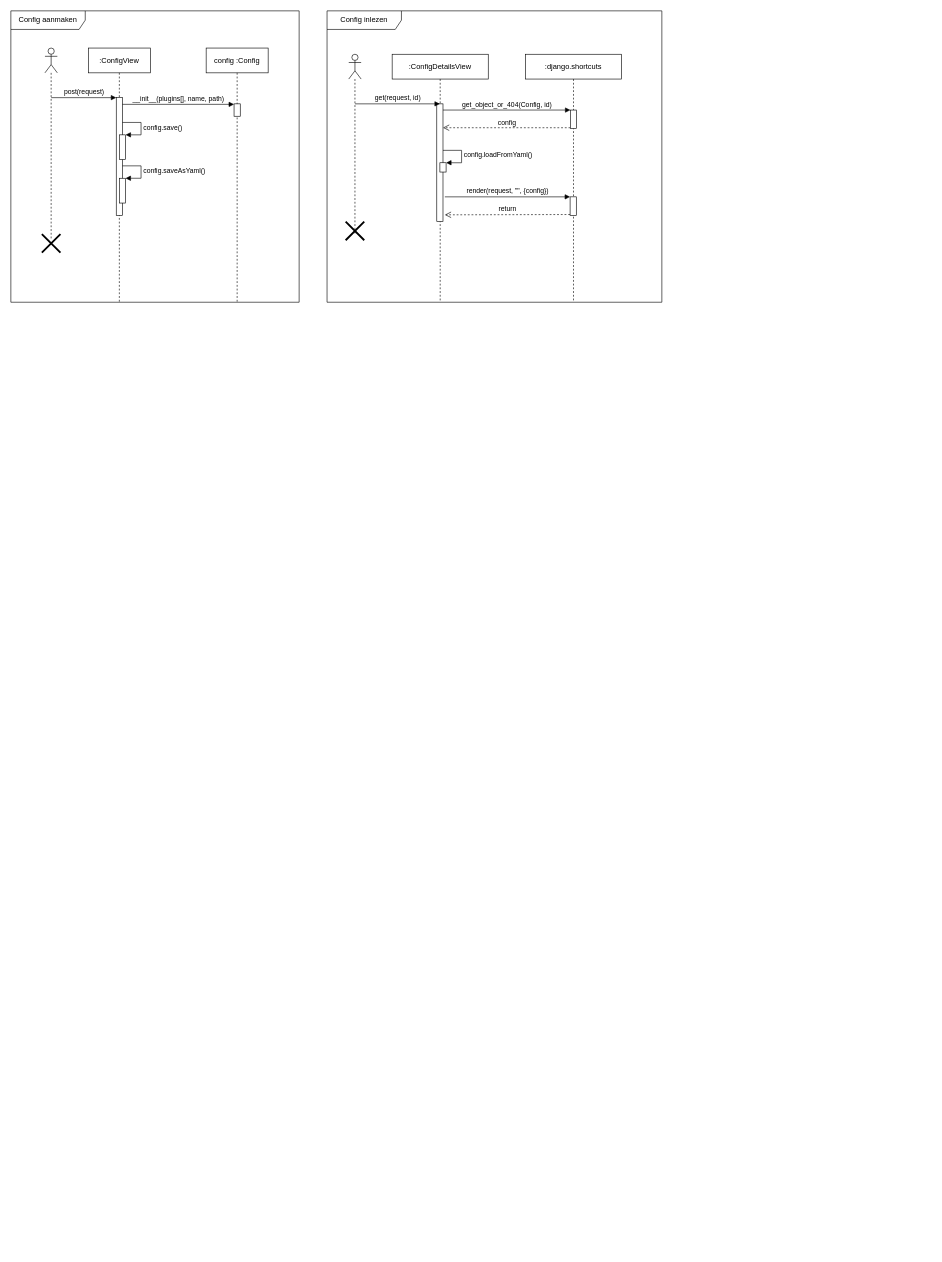
Above: page "Sequence diagram" (3 of 3) of DrawIO/Untitled Diagram.drawio in wouterdebruijn/general (draw.io), before the change. Source tidied: cells renumbered, new cells numbered last; positions are measured from the earlier drawing's top-left corner, leaving out a move shared by most shapes. Both pictures are drawn from the tidied source at 62%, with x=0, y=0 at pixel (11, 11).
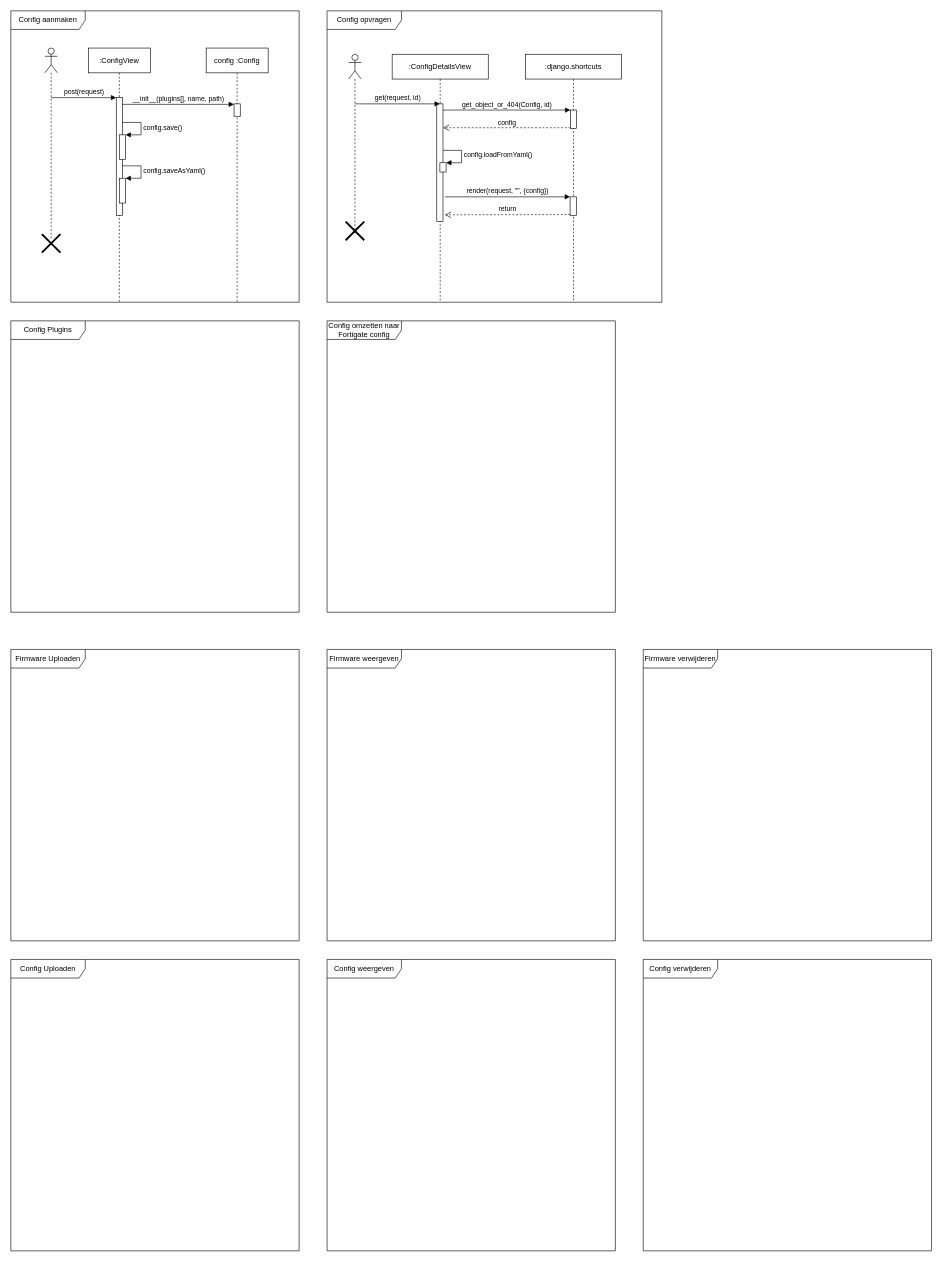
After the change.

What changed in the source:
```diff
@@
-    <mxCell id="2" value="Config inlezen" style="shape=umlFrame;whiteSpace=wrap;html=1;swimlaneFillColor=default;width=120;height=30;" parent="1" vertex="1">
+    <mxCell id="2" value="Config opvragen" style="shape=umlFrame;whiteSpace=wrap;html=1;swimlaneFillColor=default;width=120;height=30;" parent="1" vertex="1">
       <mxGeometry x="510" width="540" height="470" as="geometry" />
     </mxCell>
@@
+    <mxCell id="30" value="Config Plugins" style="shape=umlFrame;whiteSpace=wrap;html=1;swimlaneFillColor=default;width=120;height=30;" parent="1" vertex="1">
+      <mxGeometry y="500" width="465" height="470" as="geometry" />
+    </mxCell>
+    <mxCell id="31" value="Config omzetten naar Fortigate config" style="shape=umlFrame;whiteSpace=wrap;html=1;swimlaneFillColor=default;width=120;height=30;" parent="1" vertex="1">
+      <mxGeometry x="510" y="500" width="465" height="470" as="geometry" />
+    </mxCell>
+    <mxCell id="32" value="Firmware Uploaden" style="shape=umlFrame;whiteSpace=wrap;html=1;swimlaneFillColor=default;width=120;height=30;" parent="1" vertex="1">
+      <mxGeometry y="1030" width="465" height="470" as="geometry" />
+    </mxCell>
+    <mxCell id="33" value="Firmware weergeven" style="shape=umlFrame;whiteSpace=wrap;html=1;swimlaneFillColor=default;width=120;height=30;" parent="1" vertex="1">
+      <mxGeometry x="510" y="1030" width="465" height="470" as="geometry" />
+    </mxCell>
+    <mxCell id="34" value="Firmware verwijderen" style="shape=umlFrame;whiteSpace=wrap;html=1;swimlaneFillColor=default;width=120;height=30;" parent="1" vertex="1">
+      <mxGeometry x="1020" y="1030" width="465" height="470" as="geometry" />
+    </mxCell>
+    <mxCell id="35" value="Config Uploaden" style="shape=umlFrame;whiteSpace=wrap;html=1;swimlaneFillColor=default;width=120;height=30;" parent="1" vertex="1">
+      <mxGeometry y="1530" width="465" height="470" as="geometry" />
+    </mxCell>
+    <mxCell id="36" value="Config weergeven" style="shape=umlFrame;whiteSpace=wrap;html=1;swimlaneFillColor=default;width=120;height=30;" parent="1" vertex="1">
+      <mxGeometry x="510" y="1530" width="465" height="470" as="geometry" />
+    </mxCell>
+    <mxCell id="37" value="Config verwijderen" style="shape=umlFrame;whiteSpace=wrap;html=1;swimlaneFillColor=default;width=120;height=30;" parent="1" vertex="1">
+      <mxGeometry x="1020" y="1530" width="465" height="470" as="geometry" />
+    </mxCell>
```
